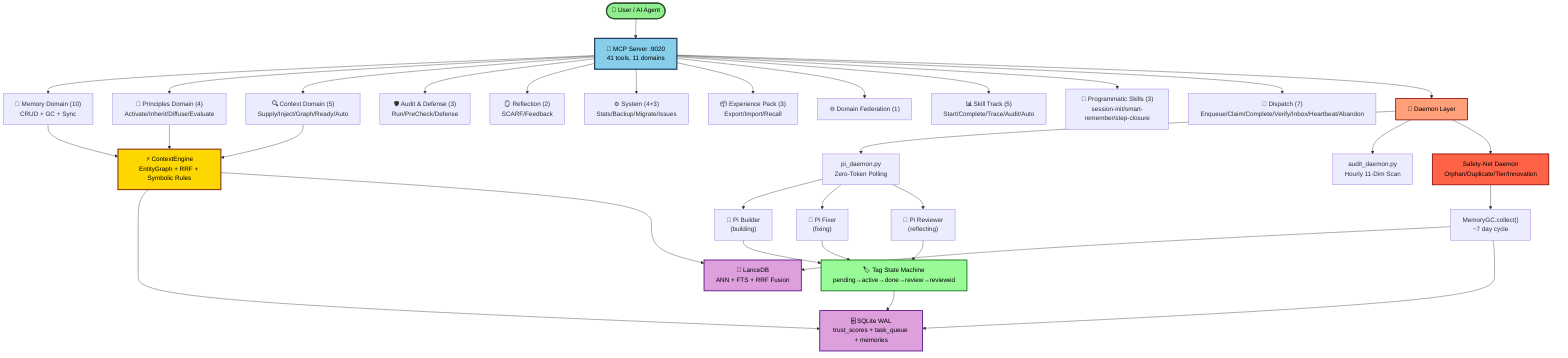
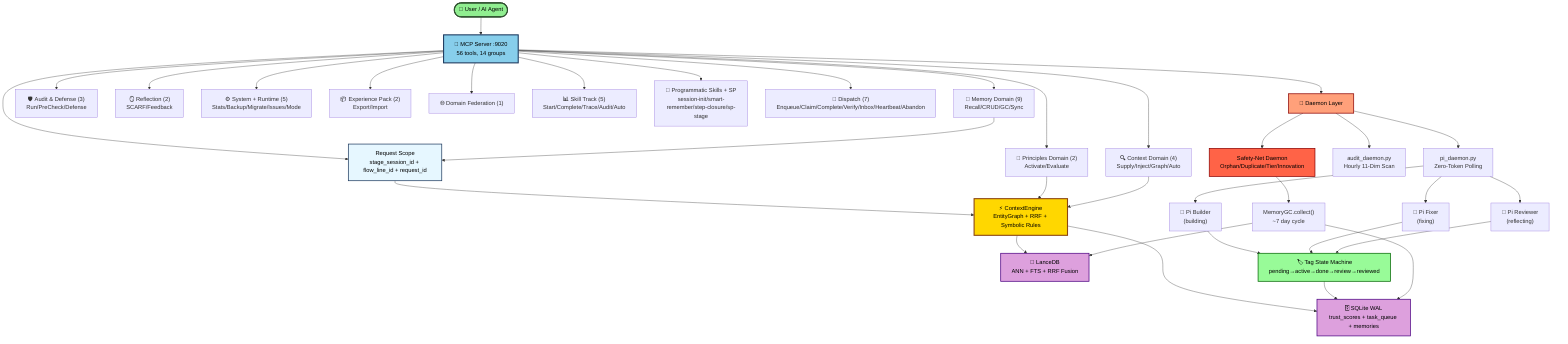
graph TD
-     Start(["👤 User / AI Agent"]) --> MCP["🔌 MCP Server :9020<br/>41 tools, 11 domains"]
+     Start(["👤 User / AI Agent"]) --> MCP["🔌 MCP Server :9020<br/>56 tools, 14 groups"]

-     MCP --> Memory["🧠 Memory Domain (10)<br/>CRUD + GC + Sync"]
-     MCP --> Principles["📜 Principles Domain (4)<br/>Activate/Inherit/Diffuse/Evaluate"]
-     MCP --> Context["🔍 Context Domain (5)<br/>Supply/Inject/Graph/Ready/Auto"]
+     MCP --> Memory["🧠 Memory Domain (9)<br/>Recall/CRUD/GC/Sync"]
+     MCP --> Principles["📜 Principles Domain (2)<br/>Activate/Evaluate"]
+     MCP --> Context["🔍 Context Domain (4)<br/>Supply/Inject/Graph/Auto"]
    MCP --> Audit["🛡️ Audit & Defense (3)<br/>Run/PreCheck/Defense"]
    MCP --> Reflection["🪞 Reflection (2)<br/>SCARF/Feedback"]
-     MCP --> System["⚙️ System (4+3)<br/>Stats/Backup/Migrate/Issues"]
-     MCP --> Pack["📦 Experience Pack (3)<br/>Export/Import/Recall"]
+     MCP --> System["⚙️ System + Runtime (5)<br/>Stats/Backup/Migrate/Issues/Mode"]
+     MCP --> Pack["📦 Experience Pack (2)<br/>Export/Import"]
    MCP --> Domain["🌐 Domain Federation (1)"]
    MCP --> Skill["📊 Skill Track (5)<br/>Start/Complete/Trace/Audit/Auto"]
-     MCP --> Skills["🎯 Programmatic Skills (3)<br/>session-init/smart-remember/step-closure"]
+     MCP --> Skills["🎯 Programmatic Skills + SP<br/>session-init/smart-remember/step-closure/sp-stage"]
    MCP --> Dispatch["🏹 Dispatch (7)<br/>Enqueue/Claim/Complete/Verify/Inbox/Heartbeat/Abandon"]

-     Memory --> CE["⚡ ContextEngine<br/>EntityGraph + RRF + Symbolic Rules"]
+     MCP --> Scope["Request Scope<br/>stage_session_id + flow_line_id + request_id"]
+     Scope --> CE["⚡ ContextEngine<br/>EntityGraph + RRF + Symbolic Rules"]
+     Memory --> Scope
    Principles --> CE
    Context --> CE

    CE --> SQLite["🗄️ SQLite WAL<br/>trust_scores + task_queue + memories"]
    CE --> LanceDB["🔢 LanceDB<br/>ANN + FTS + RRF Fusion"]

    MCP --> Daemon["🤖 Daemon Layer"]
    Daemon --> PiDaemon["pi_daemon.py<br/>Zero-Token Polling"]
    Daemon --> AuditDaemon["audit_daemon.py<br/>Hourly 11-Dim Scan"]
    Daemon --> SafetyNet["Safety-Net Daemon<br/>Orphan/Duplicate/Tier/Innovation"]

    PiDaemon --> PiBuilder["🔨 Pi Builder<br/>(building)"]
    PiDaemon --> PiFixer["🔧 Pi Fixer<br/>(fixing)"]
    PiDaemon --> PiReviewer["👀 Pi Reviewer<br/>(reflecting)"]

    PiBuilder --> TagSM["🏷️ Tag State Machine<br/>pending→active→done→review→reviewed"]
    PiFixer --> TagSM
    PiReviewer --> TagSM

    TagSM --> SQLite

    SafetyNet --> GC["MemoryGC.collect()<br/>~7 day cycle"]
    GC --> LanceDB
    GC --> SQLite

    style Start fill:#90EE90,stroke:#2F4F2F,stroke-width:3px,color:#000
    style MCP fill:#87CEEB,stroke:#1E3A5F,stroke-width:3px,color:#000
+     style Scope fill:#E6F7FF,stroke:#1E3A5F,stroke-width:2px,color:#000
    style CE fill:#FFD700,stroke:#8B4513,stroke-width:3px,color:#000
    style SQLite fill:#DDA0DD,stroke:#4B0082,stroke-width:2px,color:#000
    style LanceDB fill:#DDA0DD,stroke:#4B0082,stroke-width:2px,color:#000
    style Daemon fill:#FFA07A,stroke:#8B0000,stroke-width:2px,color:#000
    style SafetyNet fill:#FF6347,stroke:#8B0000,stroke-width:2px,color:#000
    style TagSM fill:#98FB98,stroke:#006400,stroke-width:2px,color:#000
